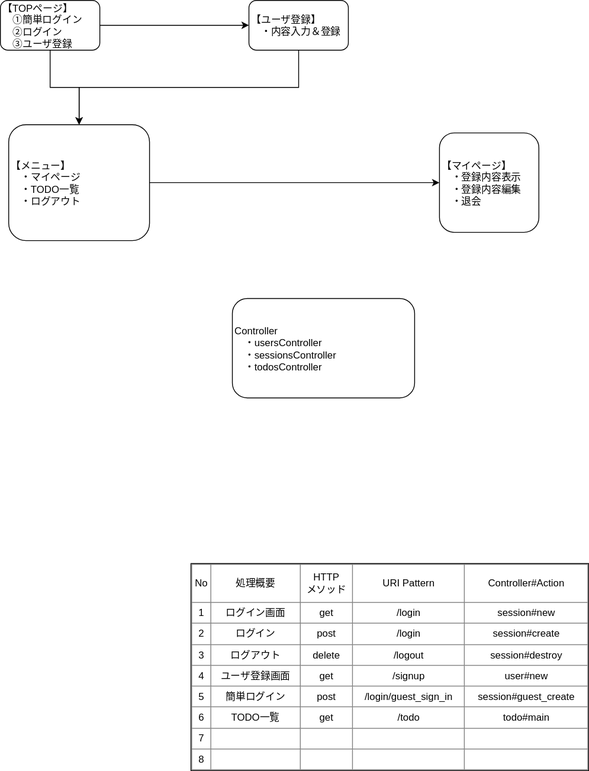
ecotiya/wicum keeps this draw.io diagram as doc/01_画面設計/wicmu.svg. Above is the earlier version. Source tidied: cells renumbered, new cells last; positions are measured from the earlier drawing's top-left corner, leaving out a move shared by most shapes.
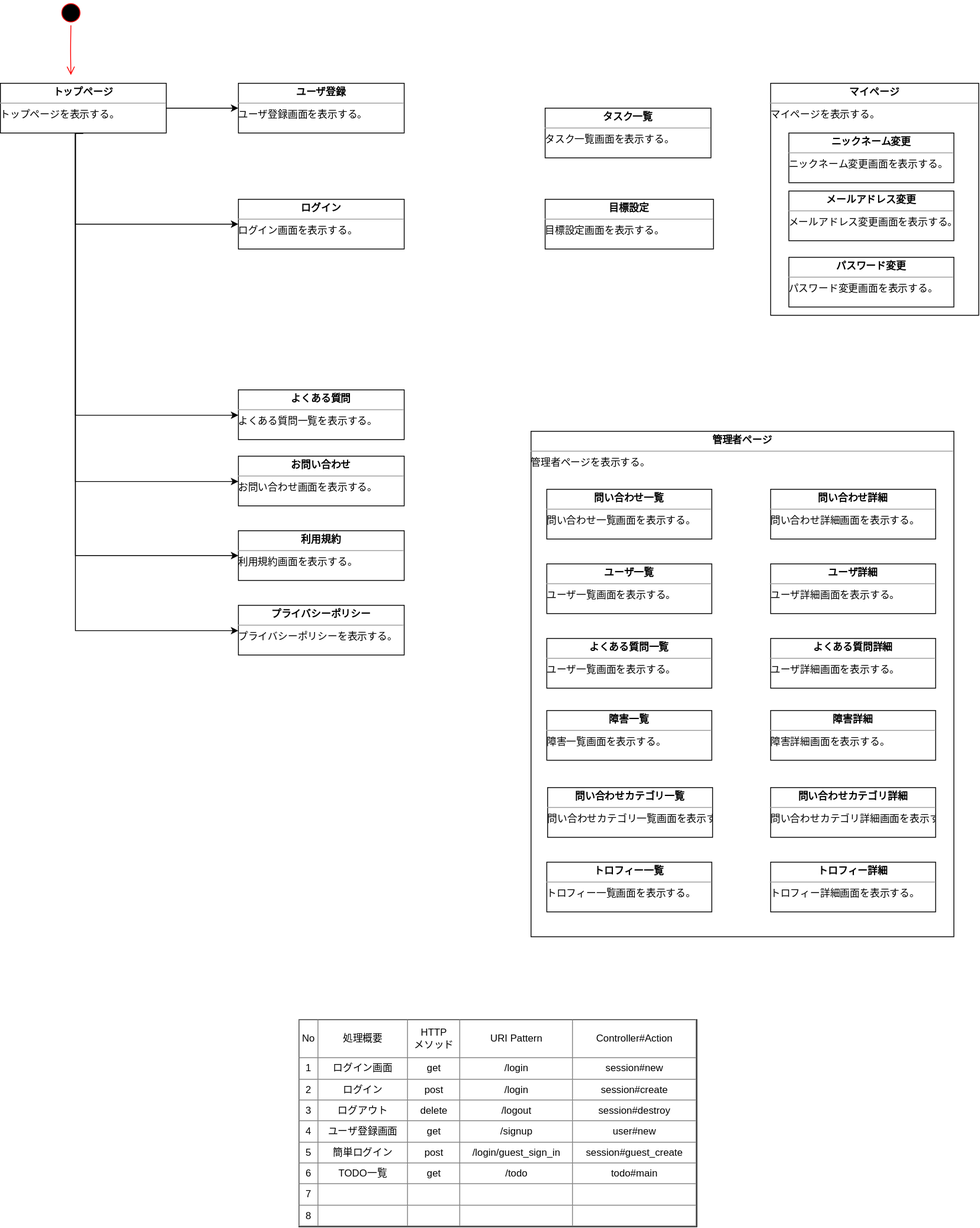
After the change.

Commit message:
画面遷移図＆機能要件＆ルートテーブル定義更新

Change to the diagram source:
```diff
@@ -1,36 +1,137 @@
-<mxGraphModel background="#ffffff">
+<mxGraphModel background="#ffffff" shadow="1">
   <root>
     <mxCell id="0" />
     <mxCell id="1" parent="0" />
-    <mxCell id="2" value="&lt;table border=&quot;1&quot; width=&quot;100%&quot; style=&quot;text-align: center ; width: 100% ; height: 100% ; border-collapse: collapse&quot;&gt;&lt;tbody&gt;&lt;tr&gt;&lt;td&gt;No&lt;/td&gt;&lt;td&gt;処理概要&lt;/td&gt;&lt;td align=&quot;center&quot;&gt;HTTP&lt;br&gt;メソッド&lt;/td&gt;&lt;td align=&quot;center&quot;&gt;URI Pattern&lt;/td&gt;&lt;td align=&quot;center&quot;&gt;Controller#Action&lt;/td&gt;&lt;/tr&gt;&lt;tr&gt;&lt;td&gt;1&lt;/td&gt;&lt;td&gt;ログイン画面&lt;/td&gt;&lt;td align=&quot;center&quot;&gt;get&lt;/td&gt;&lt;td align=&quot;center&quot;&gt;/login&lt;/td&gt;&lt;td align=&quot;center&quot;&gt;session#new&lt;/td&gt;&lt;/tr&gt;&lt;tr&gt;&lt;td&gt;2&lt;/td&gt;&lt;td&gt;ログイン&lt;/td&gt;&lt;td align=&quot;center&quot;&gt;post&lt;/td&gt;&lt;td align=&quot;center&quot;&gt;/login&lt;/td&gt;&lt;td align=&quot;center&quot;&gt;session#create&lt;/td&gt;&lt;/tr&gt;&lt;tr&gt;&lt;td&gt;3&lt;/td&gt;&lt;td&gt;ログアウト&lt;/td&gt;&lt;td&gt;delete&lt;/td&gt;&lt;td&gt;/logout&lt;/td&gt;&lt;td&gt;session#destroy&lt;/td&gt;&lt;/tr&gt;&lt;tr&gt;&lt;td&gt;4&lt;/td&gt;&lt;td&gt;ユーザ登録画面&lt;/td&gt;&lt;td&gt;get&lt;/td&gt;&lt;td&gt;/signup&lt;/td&gt;&lt;td&gt;user#new&lt;/td&gt;&lt;/tr&gt;&lt;tr&gt;&lt;td&gt;5&lt;/td&gt;&lt;td&gt;簡単ログイン&lt;/td&gt;&lt;td&gt;post&lt;/td&gt;&lt;td&gt;&lt;span&gt;/login/guest_sign_in&lt;/span&gt;&lt;br&gt;&lt;/td&gt;&lt;td&gt;session#guest_create&lt;/td&gt;&lt;/tr&gt;&lt;tr&gt;&lt;td&gt;6&lt;/td&gt;&lt;td&gt;TODO一覧&lt;/td&gt;&lt;td&gt;get&lt;/td&gt;&lt;td&gt;/todo&lt;/td&gt;&lt;td&gt;todo#main&lt;/td&gt;&lt;/tr&gt;&lt;tr&gt;&lt;td&gt;7&lt;/td&gt;&lt;td&gt;&lt;br&gt;&lt;/td&gt;&lt;td&gt;&lt;br&gt;&lt;/td&gt;&lt;td&gt;&lt;br&gt;&lt;/td&gt;&lt;td&gt;&lt;br&gt;&lt;/td&gt;&lt;/tr&gt;&lt;tr&gt;&lt;td&gt;8&lt;/td&gt;&lt;td&gt;&lt;br&gt;&lt;/td&gt;&lt;td&gt;&lt;br&gt;&lt;/td&gt;&lt;td&gt;&lt;br&gt;&lt;/td&gt;&lt;td&gt;&lt;br&gt;&lt;/td&gt;&lt;/tr&gt;&lt;/tbody&gt;&lt;/table&gt;" style="text;html=1;strokeColor=#000000;fillColor=#ffffff;overflow=fill;" parent="1" vertex="1">
+    <mxCell id="2" value="&lt;table border=&quot;1&quot; width=&quot;100%&quot; style=&quot;text-align: center ; width: 100% ; height: 100% ; border-collapse: collapse&quot;&gt;&lt;tbody&gt;&lt;tr&gt;&lt;td&gt;No&lt;/td&gt;&lt;td&gt;処理概要&lt;/td&gt;&lt;td align=&quot;center&quot;&gt;HTTP&lt;br&gt;メソッド&lt;/td&gt;&lt;td align=&quot;center&quot;&gt;URI Pattern&lt;/td&gt;&lt;td align=&quot;center&quot;&gt;Controller#Action&lt;/td&gt;&lt;/tr&gt;&lt;tr&gt;&lt;td&gt;1&lt;/td&gt;&lt;td&gt;ログイン画面&lt;/td&gt;&lt;td align=&quot;center&quot;&gt;get&lt;/td&gt;&lt;td align=&quot;center&quot;&gt;/login&lt;/td&gt;&lt;td align=&quot;center&quot;&gt;session#new&lt;/td&gt;&lt;/tr&gt;&lt;tr&gt;&lt;td&gt;2&lt;/td&gt;&lt;td&gt;ログイン&lt;/td&gt;&lt;td align=&quot;center&quot;&gt;post&lt;/td&gt;&lt;td align=&quot;center&quot;&gt;/login&lt;/td&gt;&lt;td align=&quot;center&quot;&gt;session#create&lt;/td&gt;&lt;/tr&gt;&lt;tr&gt;&lt;td&gt;3&lt;/td&gt;&lt;td&gt;ログアウト&lt;/td&gt;&lt;td&gt;delete&lt;/td&gt;&lt;td&gt;/logout&lt;/td&gt;&lt;td&gt;session#destroy&lt;/td&gt;&lt;/tr&gt;&lt;tr&gt;&lt;td&gt;4&lt;/td&gt;&lt;td&gt;ユーザ登録画面&lt;/td&gt;&lt;td&gt;get&lt;/td&gt;&lt;td&gt;/signup&lt;/td&gt;&lt;td&gt;user#new&lt;/td&gt;&lt;/tr&gt;&lt;tr&gt;&lt;td&gt;5&lt;/td&gt;&lt;td&gt;簡単ログイン&lt;/td&gt;&lt;td&gt;post&lt;/td&gt;&lt;td&gt;&lt;span&gt;/login/guest_sign_in&lt;/span&gt;&lt;br&gt;&lt;/td&gt;&lt;td&gt;session#guest_create&lt;/td&gt;&lt;/tr&gt;&lt;tr&gt;&lt;td&gt;6&lt;/td&gt;&lt;td&gt;TODO一覧&lt;/td&gt;&lt;td&gt;get&lt;/td&gt;&lt;td&gt;/todo&lt;/td&gt;&lt;td&gt;todo#main&lt;/td&gt;&lt;/tr&gt;&lt;tr&gt;&lt;td&gt;7&lt;/td&gt;&lt;td&gt;&lt;br&gt;&lt;/td&gt;&lt;td&gt;&lt;br&gt;&lt;/td&gt;&lt;td&gt;&lt;br&gt;&lt;/td&gt;&lt;td&gt;&lt;br&gt;&lt;/td&gt;&lt;/tr&gt;&lt;tr&gt;&lt;td&gt;8&lt;/td&gt;&lt;td&gt;&lt;br&gt;&lt;/td&gt;&lt;td&gt;&lt;br&gt;&lt;/td&gt;&lt;td&gt;&lt;br&gt;&lt;/td&gt;&lt;td&gt;&lt;br&gt;&lt;/td&gt;&lt;/tr&gt;&lt;/tbody&gt;&lt;/table&gt;" style="text;html=1;strokeColor=#000000;fillColor=#ffffff;overflow=fill;fontFamily=Helvetica;" parent="1" vertex="1">
       <mxGeometry x="230" y="680" width="480" height="250" as="geometry" />
     </mxCell>
-    <mxCell id="3" style="edgeStyle=orthogonalEdgeStyle;rounded=0;html=1;exitX=1;exitY=0.5;jettySize=auto;" parent="1" edge="1" source="5" target="7">
-      <mxGeometry relative="1" as="geometry" />
-    </mxCell>
-    <mxCell id="4" style="edgeStyle=orthogonalEdgeStyle;rounded=0;html=1;exitX=0.5;exitY=1;jettySize=auto;" parent="1" edge="1" source="5" target="9">
-      <mxGeometry relative="1" as="geometry" />
-    </mxCell>
-    <mxCell id="5" value="【TOPページ】&lt;br&gt;　①簡単ログイン&lt;br&gt;　②ログイン&lt;br&gt;　③ユーザ登録&lt;br&gt;" style="rounded=1;whiteSpace=wrap;html=1;align=left;" parent="1" vertex="1">
-      <mxGeometry width="120" height="60" as="geometry" />
-    </mxCell>
-    <mxCell id="6" style="edgeStyle=orthogonalEdgeStyle;rounded=0;html=1;exitX=0.5;exitY=1;entryX=0.5;entryY=0;jettySize=auto;" parent="1" edge="1" source="7" target="9">
-      <mxGeometry relative="1" as="geometry" />
-    </mxCell>
-    <mxCell id="7" value="【ユーザ登録】&lt;br&gt;　・内容入力＆登録&lt;br&gt;" style="rounded=1;whiteSpace=wrap;html=1;align=left;" parent="1" vertex="1">
-      <mxGeometry x="300" width="120" height="60" as="geometry" />
-    </mxCell>
-    <mxCell id="8" style="edgeStyle=orthogonalEdgeStyle;rounded=0;html=1;exitX=1;exitY=0.5;entryX=0;entryY=0.5;jettySize=auto;" parent="1" edge="1" source="9" target="10">
-      <mxGeometry relative="1" as="geometry" />
-    </mxCell>
-    <mxCell id="9" value="【メニュー】&lt;br&gt;　・マイページ&lt;br&gt;　・TODO一覧&lt;br&gt;　・ログアウト&lt;br&gt;" style="rounded=1;whiteSpace=wrap;html=1;align=left;" parent="1" vertex="1">
-      <mxGeometry x="10" y="150" width="170" height="140" as="geometry" />
-    </mxCell>
-    <mxCell id="10" value="【マイページ】&lt;br&gt;　・登録内容表示&lt;br&gt;　・登録内容編集&lt;br&gt;　・退会&lt;br&gt;" style="rounded=1;whiteSpace=wrap;html=1;align=left;" parent="1" vertex="1">
-      <mxGeometry x="530" y="160" width="120" height="120" as="geometry" />
-    </mxCell>
-    <mxCell id="11" value="Controller&lt;br&gt;　・usersController&lt;br&gt;　・sessionsController&lt;br&gt;　・todosController&lt;br&gt;" style="rounded=1;whiteSpace=wrap;html=1;align=left;" parent="1" vertex="1">
-      <mxGeometry x="280" y="360" width="220" height="120" as="geometry" />
-    </mxCell>
+    <mxCell id="12" value="&lt;p style=&quot;margin: 0px ; margin-top: 4px ; text-align: center&quot;&gt;&lt;b&gt;トップページ&lt;/b&gt;&lt;/p&gt;&lt;hr size=&quot;1&quot;&gt;&lt;div style=&quot;height: 2px&quot;&gt;トップページを表示する。&lt;/div&gt;" style="verticalAlign=top;align=left;overflow=fill;fontSize=12;fontFamily=Helvetica;html=1;" parent="1" vertex="1">
+      <mxGeometry x="-130" y="-450" width="200" height="60" as="geometry" />
+    </mxCell>
+    <mxCell id="13" value="&lt;p style=&quot;margin: 0px ; margin-top: 4px ; text-align: center&quot;&gt;&lt;b&gt;ユーザ登録&lt;/b&gt;&lt;/p&gt;&lt;hr size=&quot;1&quot;&gt;&lt;div style=&quot;height: 2px&quot;&gt;ユーザ登録画面を表示する。&lt;/div&gt;" style="verticalAlign=top;align=left;overflow=fill;fontSize=12;fontFamily=Helvetica;html=1;" parent="1" vertex="1">
+      <mxGeometry x="157" y="-450" width="200" height="60" as="geometry" />
+    </mxCell>
+    <mxCell id="14" value="&lt;p style=&quot;margin: 0px ; margin-top: 4px ; text-align: center&quot;&gt;&lt;b&gt;ログイン&lt;/b&gt;&lt;/p&gt;&lt;hr size=&quot;1&quot;&gt;&lt;div style=&quot;height: 2px&quot;&gt;ログイン画面を表示する。&lt;/div&gt;" style="verticalAlign=top;align=left;overflow=fill;fontSize=12;fontFamily=Helvetica;html=1;" parent="1" vertex="1">
+      <mxGeometry x="157" y="-310" width="200" height="60" as="geometry" />
+    </mxCell>
+    <mxCell id="15" style="edgeStyle=orthogonalEdgeStyle;rounded=0;html=1;exitX=1;exitY=0.5;jettySize=auto;entryX=0;entryY=0.5;fontFamily=Helvetica;" parent="1" edge="1" source="12" target="13">
+      <mxGeometry relative="1" as="geometry" />
+    </mxCell>
+    <mxCell id="16" style="edgeStyle=orthogonalEdgeStyle;rounded=0;html=1;exitX=0.5;exitY=1;jettySize=auto;entryX=0;entryY=0.5;fontFamily=Helvetica;" parent="1" edge="1" source="12" target="14">
+      <mxGeometry relative="1" as="geometry">
+        <Array as="points">
+          <mxPoint x="-40" y="-390" />
+        </Array>
+      </mxGeometry>
+    </mxCell>
+    <mxCell id="17" value="&lt;p style=&quot;margin: 0px ; margin-top: 4px ; text-align: center&quot;&gt;&lt;b&gt;管理者ページ&lt;/b&gt;&lt;/p&gt;&lt;hr size=&quot;1&quot;&gt;&lt;div style=&quot;height: 2px&quot;&gt;管理者ページを表示する。&lt;/div&gt;" style="verticalAlign=top;align=left;overflow=fill;fontSize=12;fontFamily=Helvetica;html=1;" parent="1" vertex="1">
+      <mxGeometry x="510" y="-30" width="510" height="610" as="geometry" />
+    </mxCell>
+    <mxCell id="18" value="&lt;p style=&quot;margin: 0px ; margin-top: 4px ; text-align: center&quot;&gt;&lt;b&gt;よくある質問&lt;/b&gt;&lt;/p&gt;&lt;hr size=&quot;1&quot;&gt;&lt;div style=&quot;height: 2px&quot;&gt;よくある質問一覧を表示する。&lt;/div&gt;" style="verticalAlign=top;align=left;overflow=fill;fontSize=12;fontFamily=Helvetica;html=1;" parent="1" vertex="1">
+      <mxGeometry x="157" y="-80" width="200" height="60" as="geometry" />
+    </mxCell>
+    <mxCell id="19" value="&lt;p style=&quot;margin: 0px ; margin-top: 4px ; text-align: center&quot;&gt;&lt;b&gt;お問い合わせ&lt;/b&gt;&lt;/p&gt;&lt;hr size=&quot;1&quot;&gt;&lt;div style=&quot;height: 2px&quot;&gt;お問い合わせ画面を表示する。&lt;/div&gt;" style="verticalAlign=top;align=left;overflow=fill;fontSize=12;fontFamily=Helvetica;html=1;" parent="1" vertex="1">
+      <mxGeometry x="157" width="200" height="60" as="geometry" />
+    </mxCell>
+    <mxCell id="20" value="&lt;p style=&quot;margin: 0px ; margin-top: 4px ; text-align: center&quot;&gt;&lt;b&gt;利用規約&lt;/b&gt;&lt;/p&gt;&lt;hr size=&quot;1&quot;&gt;&lt;div style=&quot;height: 2px&quot;&gt;利用規約画面を表示する。&lt;/div&gt;" style="verticalAlign=top;align=left;overflow=fill;fontSize=12;fontFamily=Helvetica;html=1;" parent="1" vertex="1">
+      <mxGeometry x="157" y="90" width="200" height="60" as="geometry" />
+    </mxCell>
+    <mxCell id="21" value="&lt;p style=&quot;margin: 0px ; margin-top: 4px ; text-align: center&quot;&gt;&lt;b&gt;プライバシーポリシー&lt;/b&gt;&lt;/p&gt;&lt;hr size=&quot;1&quot;&gt;&lt;div style=&quot;height: 2px&quot;&gt;プライバシーポリシーを表示する。&lt;/div&gt;" style="verticalAlign=top;align=left;overflow=fill;fontSize=12;fontFamily=Helvetica;html=1;" parent="1" vertex="1">
+      <mxGeometry x="157" y="180" width="200" height="60" as="geometry" />
+    </mxCell>
+    <mxCell id="22" value="&lt;p style=&quot;margin: 0px ; margin-top: 4px ; text-align: center&quot;&gt;&lt;b&gt;タスク一覧&lt;/b&gt;&lt;/p&gt;&lt;hr size=&quot;1&quot;&gt;&lt;div style=&quot;height: 2px&quot;&gt;タスク一覧画面を表示する。&lt;/div&gt;" style="verticalAlign=top;align=left;overflow=fill;fontSize=12;fontFamily=Helvetica;html=1;" parent="1" vertex="1">
+      <mxGeometry x="527" y="-420" width="200" height="60" as="geometry" />
+    </mxCell>
+    <mxCell id="23" value="&lt;p style=&quot;margin: 0px ; margin-top: 4px ; text-align: center&quot;&gt;&lt;b&gt;目標設定&lt;/b&gt;&lt;/p&gt;&lt;hr size=&quot;1&quot;&gt;&lt;div style=&quot;height: 2px&quot;&gt;目標設定画面を表示する。&lt;/div&gt;" style="verticalAlign=top;align=left;overflow=fill;fontSize=12;fontFamily=Helvetica;html=1;" parent="1" vertex="1">
+      <mxGeometry x="527" y="-310" width="203" height="60" as="geometry" />
+    </mxCell>
+    <mxCell id="24" style="edgeStyle=orthogonalEdgeStyle;rounded=0;html=1;jettySize=auto;entryX=0;entryY=0.5;fontFamily=Helvetica;" parent="1" edge="1" target="18">
+      <mxGeometry relative="1" as="geometry">
+        <mxPoint x="-40" y="-390" as="sourcePoint" />
+        <Array as="points">
+          <mxPoint x="-40" y="-50" />
+        </Array>
+      </mxGeometry>
+    </mxCell>
+    <mxCell id="25" style="edgeStyle=orthogonalEdgeStyle;rounded=0;html=1;jettySize=auto;entryX=0;entryY=0.5;fontFamily=Helvetica;" parent="1" edge="1" target="19">
+      <mxGeometry relative="1" as="geometry">
+        <mxPoint x="-40" y="-390" as="sourcePoint" />
+        <Array as="points">
+          <mxPoint x="-40" y="30" />
+        </Array>
+      </mxGeometry>
+    </mxCell>
+    <mxCell id="26" style="edgeStyle=orthogonalEdgeStyle;rounded=0;html=1;jettySize=auto;entryX=0;entryY=0.5;fontFamily=Helvetica;" parent="1" edge="1" target="20">
+      <mxGeometry relative="1" as="geometry">
+        <mxPoint x="-40" y="-390" as="sourcePoint" />
+        <Array as="points">
+          <mxPoint x="-40" y="120" />
+        </Array>
+      </mxGeometry>
+    </mxCell>
+    <mxCell id="27" style="edgeStyle=orthogonalEdgeStyle;rounded=0;html=1;jettySize=auto;entryX=0;entryY=0.5;fontFamily=Helvetica;" parent="1" edge="1" target="21">
+      <mxGeometry relative="1" as="geometry">
+        <mxPoint x="-40" y="-390" as="sourcePoint" />
+        <Array as="points">
+          <mxPoint x="-40" y="210" />
+        </Array>
+      </mxGeometry>
+    </mxCell>
+    <mxCell id="28" value="&lt;p style=&quot;margin: 0px ; margin-top: 4px ; text-align: center&quot;&gt;&lt;b&gt;マイページ&lt;/b&gt;&lt;/p&gt;&lt;hr size=&quot;1&quot;&gt;&lt;div style=&quot;height: 2px&quot;&gt;マイページを表示する。&lt;/div&gt;" style="verticalAlign=top;align=left;overflow=fill;fontSize=12;fontFamily=Helvetica;html=1;" parent="1" vertex="1">
+      <mxGeometry x="799" y="-450" width="251" height="280" as="geometry" />
+    </mxCell>
+    <mxCell id="29" style="ellipse;html=1;shape=startState;fillColor=#000000;strokeColor=#ff0000;fontFamily=Helvetica;align=left;" parent="1" vertex="1">
+      <mxGeometry x="-60" y="-550" width="30" height="30" as="geometry" />
+    </mxCell>
+    <mxCell id="30" style="edgeStyle=orthogonalEdgeStyle;html=1;verticalAlign=bottom;endArrow=open;endSize=8;strokeColor=#ff0000;fontFamily=Helvetica;" parent="1" edge="1" source="29">
+      <mxGeometry relative="1" as="geometry">
+        <mxPoint x="-45" y="-460" as="targetPoint" />
+      </mxGeometry>
+    </mxCell>
+    <mxCell id="31" value="&lt;p style=&quot;margin: 0px ; margin-top: 4px ; text-align: center&quot;&gt;&lt;b&gt;問い合わせ詳細&lt;/b&gt;&lt;/p&gt;&lt;hr size=&quot;1&quot;&gt;&lt;div style=&quot;height: 2px&quot;&gt;問い合わせ詳細画面を表示する。&lt;/div&gt;" style="verticalAlign=top;align=left;overflow=fill;fontSize=12;fontFamily=Helvetica;html=1;" parent="1" vertex="1">
+      <mxGeometry x="799" y="40" width="199" height="60" as="geometry" />
+    </mxCell>
+    <mxCell id="32" value="&lt;p style=&quot;margin: 0px ; margin-top: 4px ; text-align: center&quot;&gt;&lt;b&gt;ユーザ詳細&lt;/b&gt;&lt;/p&gt;&lt;hr size=&quot;1&quot;&gt;&lt;div style=&quot;height: 2px&quot;&gt;ユーザ詳細画面を表示する。&lt;/div&gt;" style="verticalAlign=top;align=left;overflow=fill;fontSize=12;fontFamily=Helvetica;html=1;flipH=1;" parent="1" vertex="1">
+      <mxGeometry x="799" y="130" width="199" height="60" as="geometry" />
+    </mxCell>
+    <mxCell id="33" value="&lt;p style=&quot;margin: 0px ; margin-top: 4px ; text-align: center&quot;&gt;&lt;b&gt;よくある質問詳細&lt;/b&gt;&lt;/p&gt;&lt;hr size=&quot;1&quot;&gt;&lt;div style=&quot;height: 2px&quot;&gt;ユーザ詳細画面を表示する。&lt;/div&gt;" style="verticalAlign=top;align=left;overflow=fill;fontSize=12;fontFamily=Helvetica;html=1;" parent="1" vertex="1">
+      <mxGeometry x="799" y="220" width="199" height="60" as="geometry" />
+    </mxCell>
+    <mxCell id="34" value="&lt;p style=&quot;margin: 0px ; margin-top: 4px ; text-align: center&quot;&gt;&lt;b&gt;障害詳細&lt;/b&gt;&lt;/p&gt;&lt;hr size=&quot;1&quot;&gt;&lt;div style=&quot;height: 2px&quot;&gt;障害詳細画面を表示する。&lt;/div&gt;" style="verticalAlign=top;align=left;overflow=fill;fontSize=12;fontFamily=Helvetica;html=1;" parent="1" vertex="1">
+      <mxGeometry x="799" y="307" width="199" height="60" as="geometry" />
+    </mxCell>
+    <mxCell id="35" value="&lt;p style=&quot;margin: 0px ; margin-top: 4px ; text-align: center&quot;&gt;&lt;b&gt;問い合わせカテゴリ詳細&lt;/b&gt;&lt;/p&gt;&lt;hr size=&quot;1&quot;&gt;&lt;div style=&quot;height: 2px&quot;&gt;問い合わせカテゴリ詳細画面を表示する。&lt;/div&gt;" style="verticalAlign=top;align=left;overflow=fill;fontSize=12;fontFamily=Helvetica;html=1;" parent="1" vertex="1">
+      <mxGeometry x="799" y="400" width="199" height="60" as="geometry" />
+    </mxCell>
+    <mxCell id="36" value="&lt;p style=&quot;margin: 0px ; margin-top: 4px ; text-align: center&quot;&gt;&lt;b&gt;トロフィー詳細&lt;/b&gt;&lt;/p&gt;&lt;hr size=&quot;1&quot;&gt;&lt;div style=&quot;height: 2px&quot;&gt;トロフィー詳細画面を表示する。&lt;/div&gt;" style="verticalAlign=top;align=left;overflow=fill;fontSize=12;fontFamily=Helvetica;html=1;" parent="1" vertex="1">
+      <mxGeometry x="799" y="490" width="199" height="60" as="geometry" />
+    </mxCell>
+    <mxCell id="37" value="&lt;p style=&quot;margin: 0px ; margin-top: 4px ; text-align: center&quot;&gt;&lt;b&gt;問い合わせ一覧&lt;/b&gt;&lt;/p&gt;&lt;hr size=&quot;1&quot;&gt;&lt;div style=&quot;height: 2px&quot;&gt;問い合わせ一覧画面を表示する。&lt;/div&gt;" style="verticalAlign=top;align=left;overflow=fill;fontSize=12;fontFamily=Helvetica;html=1;" parent="1" vertex="1">
+      <mxGeometry x="529" y="40" width="199" height="60" as="geometry" />
+    </mxCell>
+    <mxCell id="38" value="&lt;p style=&quot;margin: 0px ; margin-top: 4px ; text-align: center&quot;&gt;&lt;b&gt;ユーザ一覧&lt;/b&gt;&lt;/p&gt;&lt;hr size=&quot;1&quot;&gt;&lt;div style=&quot;height: 2px&quot;&gt;ユーザ一覧画面を表示する。&lt;/div&gt;" style="verticalAlign=top;align=left;overflow=fill;fontSize=12;fontFamily=Helvetica;html=1;flipH=1;" parent="1" vertex="1">
+      <mxGeometry x="529" y="130" width="199" height="60" as="geometry" />
+    </mxCell>
+    <mxCell id="39" value="&lt;p style=&quot;margin: 0px ; margin-top: 4px ; text-align: center&quot;&gt;&lt;b&gt;よくある質問一覧&lt;/b&gt;&lt;/p&gt;&lt;hr size=&quot;1&quot;&gt;&lt;div style=&quot;height: 2px&quot;&gt;ユーザ一覧画面を表示する。&lt;/div&gt;" style="verticalAlign=top;align=left;overflow=fill;fontSize=12;fontFamily=Helvetica;html=1;" parent="1" vertex="1">
+      <mxGeometry x="529" y="220" width="199" height="60" as="geometry" />
+    </mxCell>
+    <mxCell id="40" value="&lt;p style=&quot;margin: 0px ; margin-top: 4px ; text-align: center&quot;&gt;&lt;b&gt;障害一覧&lt;/b&gt;&lt;/p&gt;&lt;hr size=&quot;1&quot;&gt;&lt;div style=&quot;height: 2px&quot;&gt;障害一覧画面を表示する。&lt;/div&gt;" style="verticalAlign=top;align=left;overflow=fill;fontSize=12;fontFamily=Helvetica;html=1;" parent="1" vertex="1">
+      <mxGeometry x="529" y="307" width="199" height="60" as="geometry" />
+    </mxCell>
+    <mxCell id="41" value="&lt;p style=&quot;margin: 0px ; margin-top: 4px ; text-align: center&quot;&gt;&lt;b&gt;問い合わせカテゴリ一覧&lt;/b&gt;&lt;/p&gt;&lt;hr size=&quot;1&quot;&gt;&lt;div style=&quot;height: 2px&quot;&gt;問い合わせカテゴリ一覧画面を表示する。&lt;/div&gt;" style="verticalAlign=top;align=left;overflow=fill;fontSize=12;fontFamily=Helvetica;html=1;" parent="1" vertex="1">
+      <mxGeometry x="530" y="400" width="199" height="60" as="geometry" />
+    </mxCell>
+    <mxCell id="42" value="&lt;p style=&quot;margin: 0px ; margin-top: 4px ; text-align: center&quot;&gt;&lt;b&gt;トロフィー一覧&lt;/b&gt;&lt;/p&gt;&lt;hr size=&quot;1&quot;&gt;&lt;div style=&quot;height: 2px&quot;&gt;トロフィー一覧画面を表示する。&lt;/div&gt;" style="verticalAlign=top;align=left;overflow=fill;fontSize=12;fontFamily=Helvetica;html=1;" parent="1" vertex="1">
+      <mxGeometry x="529" y="490" width="199" height="60" as="geometry" />
+    </mxCell>
+    <mxCell id="43" value="&lt;p style=&quot;margin: 0px ; margin-top: 4px ; text-align: center&quot;&gt;&lt;b&gt;メールアドレス変更&lt;/b&gt;&lt;/p&gt;&lt;hr size=&quot;1&quot;&gt;&lt;div style=&quot;height: 2px&quot;&gt;メールアドレス変更画面を表示する。&lt;/div&gt;" style="verticalAlign=top;align=left;overflow=fill;fontSize=12;fontFamily=Helvetica;html=1;" parent="1" vertex="1">
+      <mxGeometry x="821" y="-320" width="199" height="60" as="geometry" />
+    </mxCell>
+    <mxCell id="44" value="&lt;p style=&quot;margin: 0px ; margin-top: 4px ; text-align: center&quot;&gt;&lt;b&gt;パスワード変更&lt;/b&gt;&lt;/p&gt;&lt;hr size=&quot;1&quot;&gt;&lt;div style=&quot;height: 2px&quot;&gt;パスワード変更画面を表示する。&lt;/div&gt;" style="verticalAlign=top;align=left;overflow=fill;fontSize=12;fontFamily=Helvetica;html=1;" parent="1" vertex="1">
+      <mxGeometry x="821" y="-240" width="199" height="60" as="geometry" />
+    </mxCell>
+    <mxCell id="45" value="&lt;p style=&quot;margin: 0px ; margin-top: 4px ; text-align: center&quot;&gt;&lt;b&gt;ニックネーム変更&lt;/b&gt;&lt;/p&gt;&lt;hr size=&quot;1&quot;&gt;&lt;div style=&quot;height: 2px&quot;&gt;ニックネーム変更画面を表示する。&lt;/div&gt;" style="verticalAlign=top;align=left;overflow=fill;fontSize=12;fontFamily=Helvetica;html=1;" parent="1" vertex="1">
+      <mxGeometry x="821" y="-390" width="199" height="60" as="geometry" />
+    </mxCell>
   </root>
 </mxGraphModel>
```
